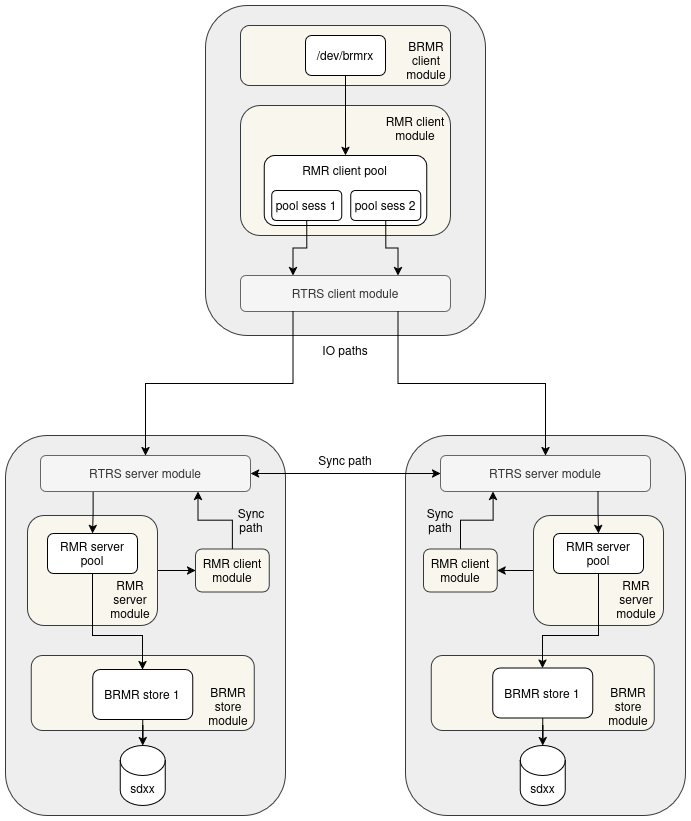
Before: docs/_static/images/architecture/RMR_Arch-Main-full.png, a diagram exported from draw.io (ionos-cloud/rmr.io). Source tidied: cells renumbered, new cells last; positions are measured from the earlier drawing's top-left corner, leaving out a move shared by most shapes.
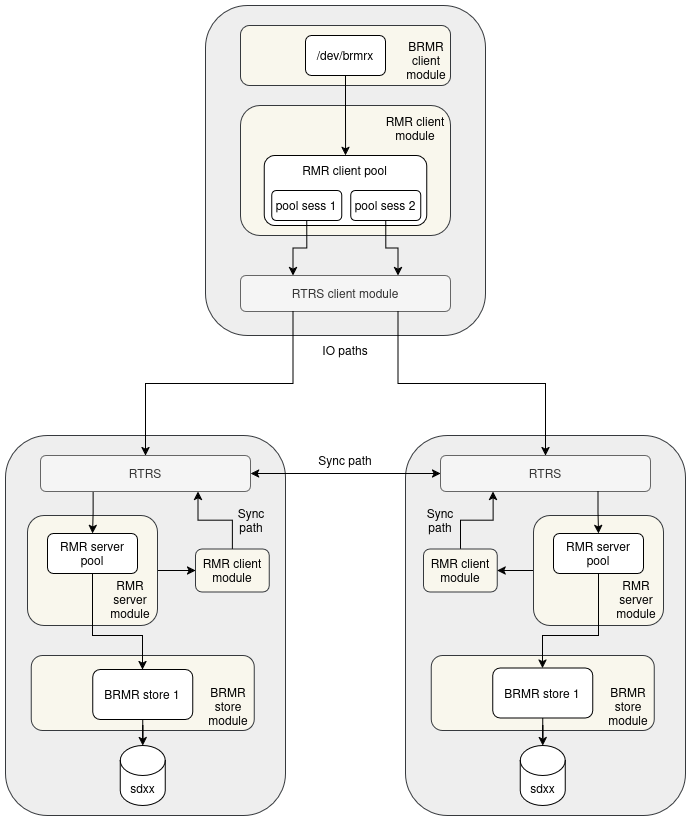
Above is the later version.

Commit message:
docs/arch/image: Update arch image to correct rtrs module (#3)

What changed in the source:
```diff
@@ -44,7 +44,7 @@
     <mxCell id="15" style="edgeStyle=orthogonalEdgeStyle;rounded=0;jettySize=auto;html=1;exitX=0.25;exitY=1;exitDx=0;exitDy=0;" parent="1" edge="1" source="16" target="18">
       <mxGeometry relative="1" as="geometry" />
     </mxCell>
-    <mxCell id="16" value="&lt;div align=&quot;center&quot;&gt;RTRS server module&lt;/div&gt;" style="rounded=1;whiteSpace=wrap;html=1;align=center;fillColor=#f5f5f5;fontColor=#333333;strokeColor=#666666;" parent="1" vertex="1">
+    <mxCell id="16" value="RTRS" style="rounded=1;whiteSpace=wrap;html=1;align=center;fillColor=#f5f5f5;fontColor=#333333;strokeColor=#666666;" parent="1" vertex="1">
       <mxGeometry x="35" y="450" width="210" height="36" as="geometry" />
     </mxCell>
     <mxCell id="17" value="RMR server module" style="text;html=1;whiteSpace=wrap;strokeColor=none;fillColor=none;align=center;verticalAlign=middle;rounded=0;" parent="1" vertex="1">
@@ -65,7 +65,7 @@
     <mxCell id="22" style="rounded=1;whiteSpace=wrap;html=1;fillColor=#eeeeee;strokeColor=#36393d;" parent="1" vertex="1">
       <mxGeometry x="400" y="430" width="280" height="380" as="geometry" />
     </mxCell>
-    <mxCell id="23" value="&lt;div align=&quot;center&quot;&gt;RTRS server module&lt;/div&gt;" style="rounded=1;whiteSpace=wrap;html=1;align=center;fillColor=#f5f5f5;fontColor=#333333;strokeColor=#666666;" parent="1" vertex="1">
+    <mxCell id="23" value="RTRS" style="rounded=1;whiteSpace=wrap;html=1;align=center;fillColor=#f5f5f5;fontColor=#333333;strokeColor=#666666;" parent="1" vertex="1">
       <mxGeometry x="435" y="450" width="210" height="36" as="geometry" />
     </mxCell>
     <mxCell id="24" style="edgeStyle=orthogonalEdgeStyle;rounded=0;jettySize=auto;html=1;exitX=0.5;exitY=0;exitDx=0;exitDy=0;entryX=0.25;entryY=1;entryDx=0;entryDy=0;" parent="1" edge="1" source="25" target="23">
```
